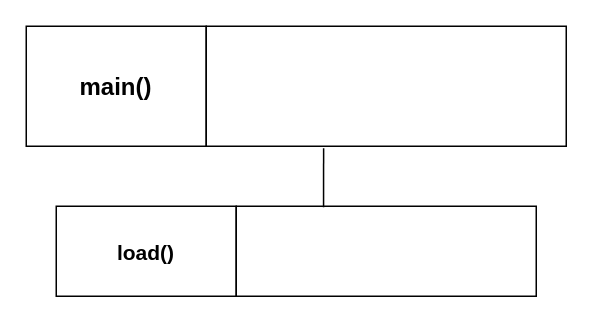
Before: logo.drawio in AntoineMg/BatailleNavale-is-back, a draw.io diagram. Source tidied: cells renumbered, new cells numbered last; positions are measured from the earlier drawing's top-left corner, leaving out a move shared by most shapes. Both pictures are drawn from the tidied source at 150%, with x=0, y=0 at pixel (26, 26).
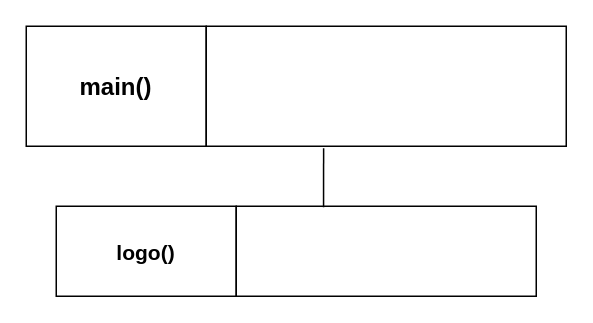
The same diagram, later.

Commit message:
Mettre à jour logo.drawio

Change to the diagram source:
```diff
@@
 <mxGraphModel>
   <root>
     <mxCell id="0" />
     <mxCell id="1" parent="0" />
     <mxCell id="2" value="&lt;font style=&quot;font-size: 16px;&quot;&gt;&lt;b&gt;main()&lt;/b&gt;&lt;/font&gt;" style="rounded=0;whiteSpace=wrap;html=1;align=center;" parent="1" vertex="1">
       <mxGeometry width="120" height="80" as="geometry" />
     </mxCell>
     <mxCell id="3" style="rounded=0;whiteSpace=wrap;html=1;align=center;" parent="1" vertex="1">
       <mxGeometry x="120" width="240" height="80" as="geometry" />
     </mxCell>
-    <mxCell id="4" value="&lt;b&gt;&lt;font style=&quot;font-size: 14px;&quot;&gt;load()&lt;/font&gt;&lt;/b&gt;" style="rounded=0;whiteSpace=wrap;html=1;fontSize=16;" parent="1" vertex="1">
+    <mxCell id="4" value="&lt;b&gt;&lt;font style=&quot;font-size: 14px;&quot;&gt;logo()&lt;/font&gt;&lt;/b&gt;" style="rounded=0;whiteSpace=wrap;html=1;fontSize=16;" parent="1" vertex="1">
       <mxGeometry x="20" y="120" width="120" height="60" as="geometry" />
     </mxCell>
     <mxCell id="5" style="rounded=0;whiteSpace=wrap;html=1;fontSize=16;" parent="1" vertex="1">
       <mxGeometry x="140" y="120" width="200" height="60" as="geometry" />
     </mxCell>
     <mxCell id="6" style="endArrow=none;html=1;rounded=0;entryX=0.326;entryY=1.016;entryDx=0;entryDy=0;entryPerimeter=0;exitX=0.291;exitY=0.012;exitDx=0;exitDy=0;exitPerimeter=0;" parent="1" edge="1" source="5" target="3">
       <mxGeometry relative="1" as="geometry" />
     </mxCell>
   </root>
 </mxGraphModel>
```
